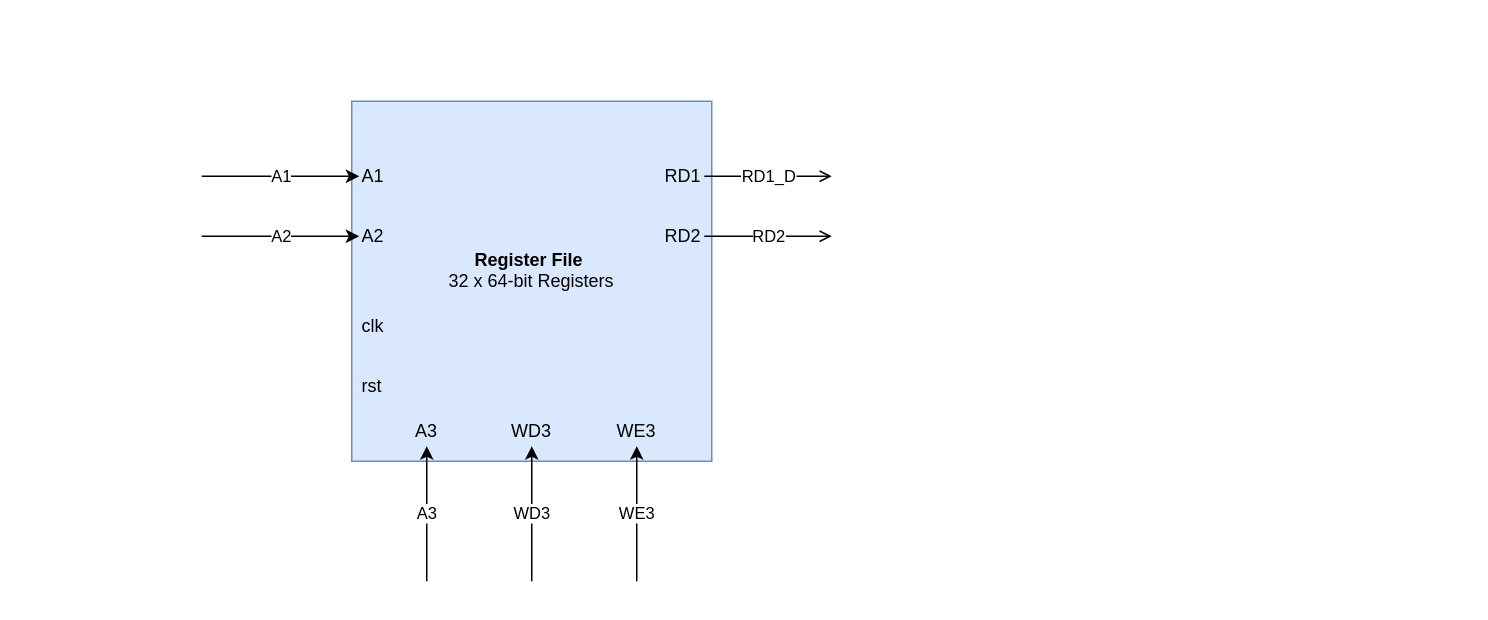
Earlier version of the draw.io diagram docs/architechture.drawio (abdullah123ch/RV64I-Zba-Pipelined-RISC-V-Processor). Source tidied: cells renumbered, new cells numbered last; positions are measured from the earlier drawing's top-left corner, leaving out a move shared by most shapes. Both pictures are drawn from the tidied source at 150%, with x=0, y=0 at pixel (201, 100).
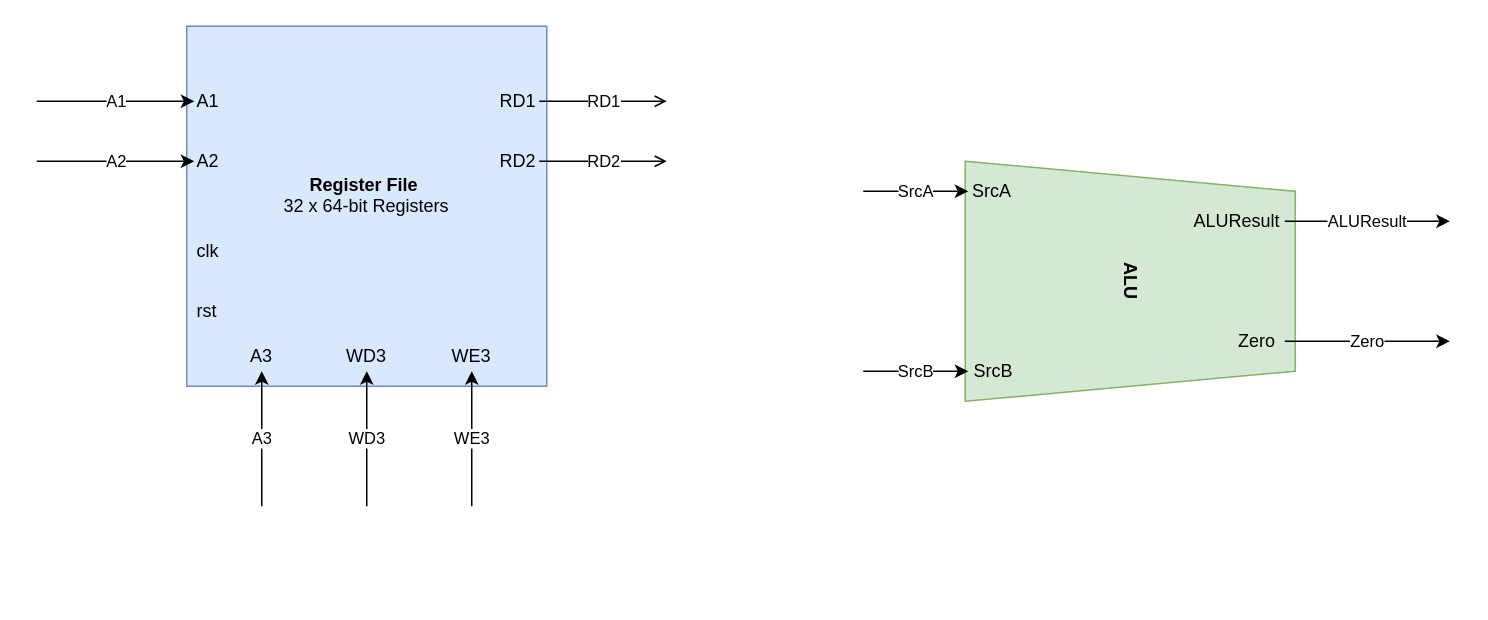
After the change.

The edit, as a diff of the source:
```diff
@@
+    <mxCell id="19" style="group;" parent="1" vertex="1">
+      <mxGeometry x="441" y="40" width="391" height="160" as="geometry" />
+    </mxCell>
+    <mxCell id="20" value="&lt;b&gt;ALU&lt;/b&gt;" style="shape=trapezoid;perimeter=trapezoidPerimeter;whiteSpace=wrap;html=1;fixedSize=1;rotation=90;fillColor=#d5e8d4;strokeColor=#82b366;" parent="19" vertex="1">
+      <mxGeometry x="98" y="-30" width="160" height="220" as="geometry" />
+    </mxCell>
+    <mxCell id="21" value="SrcA" style="text;html=1;strokeColor=none;fillColor=none;align=left;verticalAlign=middle;whiteSpace=wrap;rounded=0;" parent="19" vertex="1">
+      <mxGeometry x="71" y="10" width="40" height="20" as="geometry" />
+    </mxCell>
+    <mxCell id="22" value="SrcB" style="text;html=1;strokeColor=none;fillColor=none;align=left;verticalAlign=middle;whiteSpace=wrap;rounded=0;" parent="19" vertex="1">
+      <mxGeometry x="72" y="130" width="40" height="20" as="geometry" />
+    </mxCell>
+    <mxCell id="23" value="ALUResult" style="text;html=1;strokeColor=none;fillColor=none;align=right;verticalAlign=middle;whiteSpace=wrap;rounded=0;" parent="19" vertex="1">
+      <mxGeometry x="220" y="30" width="60" height="20" as="geometry" />
+    </mxCell>
+    <mxCell id="24" value="Zero" style="text;html=1;strokeColor=none;fillColor=none;align=right;verticalAlign=middle;whiteSpace=wrap;rounded=0;" parent="19" vertex="1">
+      <mxGeometry x="237" y="110" width="40" height="20" as="geometry" />
+    </mxCell>
+    <mxCell id="25" value="SrcA" style="endArrow=classic;html=1;entryX=0.25;entryY=0;entryDx=0;entryDy=0;" parent="19" edge="1">
+      <mxGeometry relative="1" as="geometry">
+        <mxPoint y="20" as="sourcePoint" />
+        <mxPoint x="70" y="20" as="targetPoint" />
+      </mxGeometry>
+    </mxCell>
+    <mxCell id="26" value="SrcB" style="endArrow=classic;html=1;entryX=0.25;entryY=1;entryDx=0;entryDy=0;" parent="19" edge="1">
+      <mxGeometry relative="1" as="geometry">
+        <mxPoint y="140" as="sourcePoint" />
+        <mxPoint x="70" y="140" as="targetPoint" />
+      </mxGeometry>
+    </mxCell>
+    <mxCell id="27" value="ALUResult" style="endArrow=classic;html=1;exitX=0.75;exitY=0;exitDx=0;exitDy=0;" parent="19" edge="1">
+      <mxGeometry relative="1" as="geometry">
+        <mxPoint x="281" y="40" as="sourcePoint" />
+        <mxPoint x="391" y="40" as="targetPoint" />
+      </mxGeometry>
+    </mxCell>
+    <mxCell id="28" value="Zero" style="endArrow=classic;html=1;exitX=0.75;exitY=0;exitDx=0;exitDy=0;" parent="19" edge="1">
+      <mxGeometry relative="1" as="geometry">
+        <mxPoint x="281" y="120" as="sourcePoint" />
+        <mxPoint x="391" y="120" as="targetPoint" />
+      </mxGeometry>
+    </mxCell>
+    <mxCell id="29" style="group;" parent="1" vertex="1">
+      <mxGeometry x="-110" y="-50" width="420" height="320" as="geometry" />
+    </mxCell>
-    <mxCell id="2" value="&lt;b&gt;Register File&amp;nbsp;&lt;/b&gt;&lt;br&gt;32 x 64-bit Registers&lt;div&gt;&lt;br/&gt;&lt;/div&gt;" style="rounded=0;whiteSpace=wrap;html=1;fillColor=#dae8fe;strokeColor=#6c8ebf;verticalAlign=middle;" parent="1" vertex="1">
+    <mxCell id="2" value="&lt;b&gt;Register File&amp;nbsp;&lt;/b&gt;&lt;br&gt;32 x 64-bit Registers&lt;div&gt;&lt;br/&gt;&lt;/div&gt;" style="rounded=0;whiteSpace=wrap;html=1;fillColor=#dae8fe;strokeColor=#6c8ebf;verticalAlign=middle;" parent="29" vertex="1">
       <mxGeometry x="100" width="240" height="240" as="geometry" />
     </mxCell>
-    <mxCell id="3" value="A1" style="text;html=1;strokeColor=none;fillColor=none;align=left;verticalAlign=middle;whiteSpace=wrap;rounded=0;" parent="1" vertex="1">
+    <mxCell id="3" value="A1" style="text;html=1;strokeColor=none;fillColor=none;align=left;verticalAlign=middle;whiteSpace=wrap;rounded=0;" parent="29" vertex="1">
       <mxGeometry x="105" y="40" width="40" height="20" as="geometry" />
     </mxCell>
-    <mxCell id="4" value="A2" style="text;html=1;strokeColor=none;fillColor=none;align=left;verticalAlign=middle;whiteSpace=wrap;rounded=0;" parent="1" vertex="1">
+    <mxCell id="4" value="A2" style="text;html=1;strokeColor=none;fillColor=none;align=left;verticalAlign=middle;whiteSpace=wrap;rounded=0;" parent="29" vertex="1">
       <mxGeometry x="105" y="80" width="40" height="20" as="geometry" />
     </mxCell>
-    <mxCell id="5" value="clk" style="text;html=1;strokeColor=none;fillColor=none;align=left;verticalAlign=middle;whiteSpace=wrap;rounded=0;" parent="1" vertex="1">
+    <mxCell id="5" value="clk" style="text;html=1;strokeColor=none;fillColor=none;align=left;verticalAlign=middle;whiteSpace=wrap;rounded=0;" parent="29" vertex="1">
       <mxGeometry x="105" y="140" width="40" height="20" as="geometry" />
     </mxCell>
-    <mxCell id="6" value="rst" style="text;html=1;strokeColor=none;fillColor=none;align=left;verticalAlign=middle;whiteSpace=wrap;rounded=0;" parent="1" vertex="1">
+    <mxCell id="6" value="rst" style="text;html=1;strokeColor=none;fillColor=none;align=left;verticalAlign=middle;whiteSpace=wrap;rounded=0;" parent="29" vertex="1">
       <mxGeometry x="105" y="180" width="40" height="20" as="geometry" />
     </mxCell>
-    <mxCell id="7" value="A3" style="text;html=1;strokeColor=none;fillColor=none;align=center;verticalAlign=middle;whiteSpace=wrap;rounded=0;" parent="1" vertex="1">
+    <mxCell id="7" value="A3" style="text;html=1;strokeColor=none;fillColor=none;align=center;verticalAlign=middle;whiteSpace=wrap;rounded=0;" parent="29" vertex="1">
       <mxGeometry x="130" y="210" width="40" height="20" as="geometry" />
     </mxCell>
-    <mxCell id="8" value="WD3" style="text;html=1;strokeColor=none;fillColor=none;align=center;verticalAlign=middle;whiteSpace=wrap;rounded=0;" parent="1" vertex="1">
+    <mxCell id="8" value="WD3" style="text;html=1;strokeColor=none;fillColor=none;align=center;verticalAlign=middle;whiteSpace=wrap;rounded=0;" parent="29" vertex="1">
       <mxGeometry x="200" y="210" width="40" height="20" as="geometry" />
     </mxCell>
-    <mxCell id="9" value="WE3" style="text;html=1;strokeColor=none;fillColor=none;align=center;verticalAlign=middle;whiteSpace=wrap;rounded=0;" parent="1" vertex="1">
+    <mxCell id="9" value="WE3" style="text;html=1;strokeColor=none;fillColor=none;align=center;verticalAlign=middle;whiteSpace=wrap;rounded=0;" parent="29" vertex="1">
       <mxGeometry x="270" y="210" width="40" height="20" as="geometry" />
     </mxCell>
-    <mxCell id="10" value="RD1" style="text;html=1;strokeColor=none;fillColor=none;align=right;verticalAlign=middle;whiteSpace=wrap;rounded=0;" parent="1" vertex="1">
+    <mxCell id="10" value="RD1" style="text;html=1;strokeColor=none;fillColor=none;align=right;verticalAlign=middle;whiteSpace=wrap;rounded=0;" parent="29" vertex="1">
       <mxGeometry x="295" y="40" width="40" height="20" as="geometry" />
     </mxCell>
-    <mxCell id="11" value="RD2" style="text;html=1;strokeColor=none;fillColor=none;align=right;verticalAlign=middle;whiteSpace=wrap;rounded=0;" parent="1" vertex="1">
+    <mxCell id="11" value="RD2" style="text;html=1;strokeColor=none;fillColor=none;align=right;verticalAlign=middle;whiteSpace=wrap;rounded=0;" parent="29" vertex="1">
       <mxGeometry x="295" y="80" width="40" height="20" as="geometry" />
     </mxCell>
-    <mxCell id="12" value="A1" style="endArrow=classic;html=1;entryX=0;entryY=0.5;entryDx=0;entryDy=0;" parent="1" edge="1" target="3">
+    <mxCell id="12" value="A1" style="endArrow=classic;html=1;entryX=0;entryY=0.5;entryDx=0;entryDy=0;" parent="29" edge="1" target="3">
       <mxGeometry relative="1" as="geometry">
         <mxPoint y="50" as="sourcePoint" />
       </mxGeometry>
     </mxCell>
-    <mxCell id="13" value="A2" style="endArrow=classic;html=1;entryX=0;entryY=0.5;entryDx=0;entryDy=0;" parent="1" edge="1" target="4">
+    <mxCell id="13" value="A2" style="endArrow=classic;html=1;entryX=0;entryY=0.5;entryDx=0;entryDy=0;" parent="29" edge="1" target="4">
       <mxGeometry relative="1" as="geometry">
         <mxPoint y="90" as="sourcePoint" />
       </mxGeometry>
     </mxCell>
-    <mxCell id="14" value="RD1_D" style="endArrow=open;html=1;exitX=1;exitY=0.5;exitDx=0;exitDy=0;endFill=0;" parent="1" edge="1" source="10">
+    <mxCell id="14" value="RD1" style="endArrow=open;html=1;exitX=1;exitY=0.5;exitDx=0;exitDy=0;endFill=0;" parent="29" edge="1" source="10">
       <mxGeometry relative="1" as="geometry">
         <mxPoint x="420" y="50" as="targetPoint" />
       </mxGeometry>
     </mxCell>
-    <mxCell id="15" value="RD2" style="endArrow=open;html=1;exitX=1;exitY=0.5;exitDx=0;exitDy=0;endFill=0;" parent="1" edge="1" source="11">
+    <mxCell id="15" value="RD2" style="endArrow=open;html=1;exitX=1;exitY=0.5;exitDx=0;exitDy=0;endFill=0;" parent="29" edge="1" source="11">
       <mxGeometry relative="1" as="geometry">
         <mxPoint x="420" y="90" as="targetPoint" />
       </mxGeometry>
     </mxCell>
-    <mxCell id="16" value="A3" style="endArrow=classic;html=1;entryX=0.5;entryY=1;entryDx=0;entryDy=0;" parent="1" edge="1" target="7">
+    <mxCell id="16" value="A3" style="endArrow=classic;html=1;entryX=0.5;entryY=1;entryDx=0;entryDy=0;" parent="29" edge="1" target="7">
       <mxGeometry relative="1" as="geometry">
         <mxPoint x="150" y="320" as="sourcePoint" />
       </mxGeometry>
     </mxCell>
-    <mxCell id="17" value="WD3" style="endArrow=classic;html=1;entryX=0.5;entryY=1;entryDx=0;entryDy=0;" parent="1" edge="1" target="8">
+    <mxCell id="17" value="WD3" style="endArrow=classic;html=1;entryX=0.5;entryY=1;entryDx=0;entryDy=0;" parent="29" edge="1" target="8">
       <mxGeometry relative="1" as="geometry">
         <mxPoint x="220" y="320" as="sourcePoint" />
       </mxGeometry>
     </mxCell>
-    <mxCell id="18" value="WE3" style="endArrow=classic;html=1;entryX=0.5;entryY=1;entryDx=0;entryDy=0;" parent="1" edge="1" target="9">
+    <mxCell id="18" value="WE3" style="endArrow=classic;html=1;entryX=0.5;entryY=1;entryDx=0;entryDy=0;" parent="29" edge="1" target="9">
       <mxGeometry relative="1" as="geometry">
         <mxPoint x="290" y="320" as="sourcePoint" />
       </mxGeometry>
     </mxCell>
```
